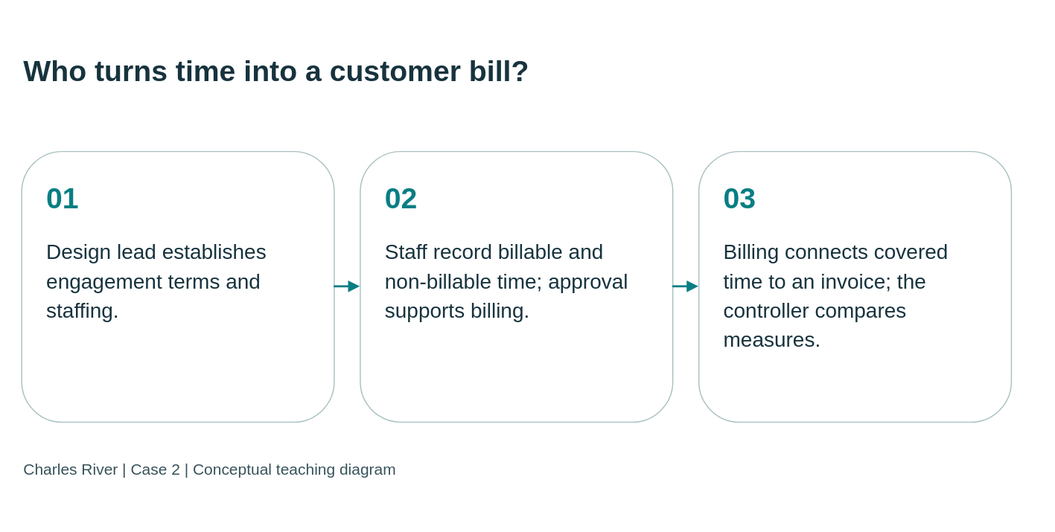
This is static/diagrams/cases/case02-responsibilities.svg from mmcodesso/CharlesRiver_Database, a draw.io export, as it was before one commit. Source tidied: cells renumbered, new cells last; positions are measured from the earlier drawing's top-left corner, leaving out a move shared by most shapes. Its diagram source:
```xml
<mxGraphModel background="#f5f5ee">
  <root>
    <mxCell id="0" />
    <mxCell id="1" parent="0" />
    <mxCell id="2" value="Who turns time into a customer bill?" style="text;html=0;strokeColor=none;fillColor=none;align=left;verticalAlign=middle;whiteSpace=wrap;fontSize=28;fontStyle=1;fontColor=#17333e;fontFamily=Arial;" parent="1" vertex="1">
      <mxGeometry width="950" height="95" as="geometry" />
    </mxCell>
    <mxCell id="3" value="&lt;div style=&quot;font-size:28px;color:#087e83;font-weight:bold;margin-bottom:20px&quot;&gt;01&lt;/div&gt;&lt;div style=&quot;font-size:20px;line-height:1.4&quot;&gt;Design lead establishes engagement terms and staffing.&lt;/div&gt;" style="rounded=1;whiteSpace=wrap;html=1;fillColor=#ffffff;strokeColor=#a8bfc1;fontColor=#17333e;align=left;verticalAlign=top;spacing=24;fontFamily=Arial;fontSize=20;" parent="1" vertex="1">
      <mxGeometry y="125" width="300" height="260" as="geometry" />
    </mxCell>
    <mxCell id="4" value="&lt;div style=&quot;font-size:28px;color:#087e83;font-weight:bold;margin-bottom:20px&quot;&gt;02&lt;/div&gt;&lt;div style=&quot;font-size:20px;line-height:1.4&quot;&gt;Staff record billable and non-billable time; approval supports billing.&lt;/div&gt;" style="rounded=1;whiteSpace=wrap;html=1;fillColor=#ffffff;strokeColor=#a8bfc1;fontColor=#17333e;align=left;verticalAlign=top;spacing=24;fontFamily=Arial;fontSize=20;" parent="1" vertex="1">
      <mxGeometry x="325" y="125" width="300" height="260" as="geometry" />
    </mxCell>
    <mxCell id="5" value="&lt;div style=&quot;font-size:28px;color:#087e83;font-weight:bold;margin-bottom:20px&quot;&gt;03&lt;/div&gt;&lt;div style=&quot;font-size:20px;line-height:1.4&quot;&gt;Billing connects covered time to an invoice; the controller compares measures.&lt;/div&gt;" style="rounded=1;whiteSpace=wrap;html=1;fillColor=#ffffff;strokeColor=#a8bfc1;fontColor=#17333e;align=left;verticalAlign=top;spacing=24;fontFamily=Arial;fontSize=20;" parent="1" vertex="1">
      <mxGeometry x="650" y="125" width="300" height="260" as="geometry" />
    </mxCell>
    <mxCell id="6" style="edgeStyle=orthogonalEdgeStyle;rounded=0;html=1;endArrow=block;endFill=1;strokeColor=#087e83;strokeWidth=2;" parent="1" edge="1" source="3" target="4">
      <mxGeometry relative="1" as="geometry" />
    </mxCell>
    <mxCell id="7" style="edgeStyle=orthogonalEdgeStyle;rounded=0;html=1;endArrow=block;endFill=1;strokeColor=#087e83;strokeWidth=2;" parent="1" edge="1" source="4" target="5">
      <mxGeometry relative="1" as="geometry" />
    </mxCell>
    <mxCell id="8" value="Charles River | Case 2 | Conceptual teaching diagram" style="text;html=0;strokeColor=none;fillColor=none;align=left;fontSize=15;fontColor=#38535b;fontFamily=Arial;" parent="1" vertex="1">
      <mxGeometry y="415" width="950" height="35" as="geometry" />
    </mxCell>
  </root>
</mxGraphModel>
```
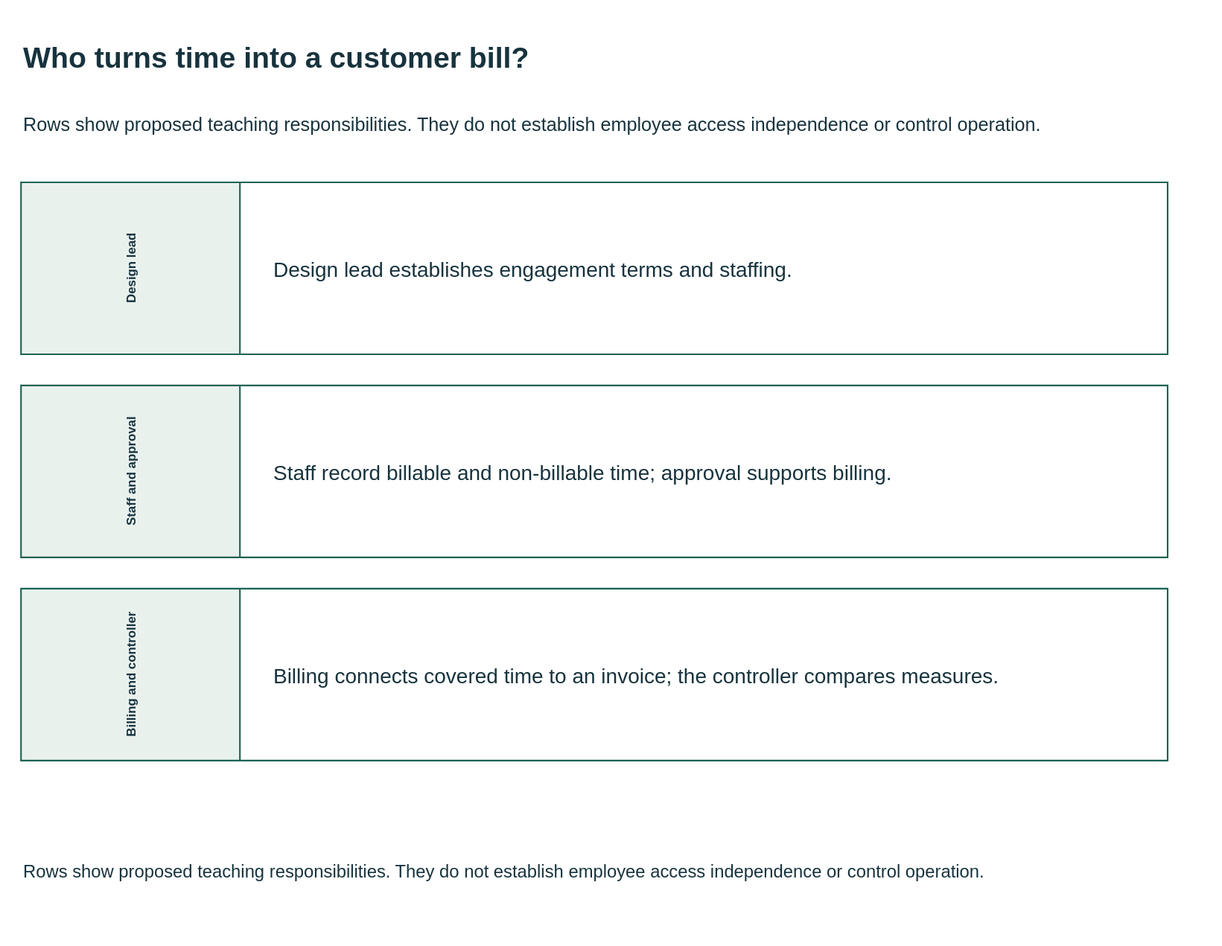
The same diagram one commit later.

The edit, as a diff of the source:
```diff
@@ -1,27 +1,33 @@
-<mxGraphModel background="#f5f5ee">
+<mxGraphModel background="#FFFFFF">
   <root>
     <mxCell id="0" />
     <mxCell id="1" parent="0" />
-    <mxCell id="2" value="Who turns time into a customer bill?" style="text;html=0;strokeColor=none;fillColor=none;align=left;verticalAlign=middle;whiteSpace=wrap;fontSize=28;fontStyle=1;fontColor=#17333e;fontFamily=Arial;" parent="1" vertex="1">
-      <mxGeometry width="950" height="95" as="geometry" />
+    <mxCell id="2" value="Who turns time into a customer bill?" style="html=0;fontFamily=Arial;fontSize=20;fontColor=#17333e;strokeColor=#196252;strokeWidth=1.5;whiteSpace=wrap;text;strokeColor=none;fillColor=none;align=left;verticalAlign=middle;fontSize=28;fontStyle=1;" parent="1" vertex="1">
+      <mxGeometry y="-10" width="1110" height="70" as="geometry" />
     </mxCell>
+    <mxCell id="9" value="Rows show proposed teaching responsibilities. They do not establish employee access independence or control operation." style="html=0;fontFamily=Arial;fontSize=20;fontColor=#17333e;strokeColor=#196252;strokeWidth=1.5;whiteSpace=wrap;text;strokeColor=none;fillColor=none;align=left;verticalAlign=middle;fontSize=18;fontStyle=0;" parent="1" vertex="1">
+      <mxGeometry y="62" width="1110" height="55" as="geometry" />
+    </mxCell>
-    <mxCell id="3" value="&lt;div style=&quot;font-size:28px;color:#087e83;font-weight:bold;margin-bottom:20px&quot;&gt;01&lt;/div&gt;&lt;div style=&quot;font-size:20px;line-height:1.4&quot;&gt;Design lead establishes engagement terms and staffing.&lt;/div&gt;" style="rounded=1;whiteSpace=wrap;html=1;fillColor=#ffffff;strokeColor=#a8bfc1;fontColor=#17333e;align=left;verticalAlign=top;spacing=24;fontFamily=Arial;fontSize=20;" parent="1" vertex="1">
-      <mxGeometry y="125" width="300" height="260" as="geometry" />
+    <mxCell id="3" value="Design lead" style="html=0;fontFamily=Arial;fontSize=20;fontColor=#17333e;strokeColor=#196252;strokeWidth=1.5;whiteSpace=wrap;swimlane;horizontal=0;startSize=210;fillColor=#e9f1ed;swimlaneFillColor=#FFFFFF;" parent="1" vertex="1">
+      <mxGeometry y="145" width="1100" height="165" as="geometry" />
     </mxCell>
+    <mxCell id="10" value="Design lead establishes engagement terms and staffing." style="html=0;fontFamily=Arial;fontSize=20;fontColor=#17333e;strokeColor=#196252;strokeWidth=1.5;whiteSpace=wrap;text;strokeColor=none;fillColor=none;align=left;verticalAlign=middle;fontSize=20;fontStyle=0;" parent="1" vertex="1">
+      <mxGeometry x="240" y="175" width="810" height="105" as="geometry" />
+    </mxCell>
-    <mxCell id="4" value="&lt;div style=&quot;font-size:28px;color:#087e83;font-weight:bold;margin-bottom:20px&quot;&gt;02&lt;/div&gt;&lt;div style=&quot;font-size:20px;line-height:1.4&quot;&gt;Staff record billable and non-billable time; approval supports billing.&lt;/div&gt;" style="rounded=1;whiteSpace=wrap;html=1;fillColor=#ffffff;strokeColor=#a8bfc1;fontColor=#17333e;align=left;verticalAlign=top;spacing=24;fontFamily=Arial;fontSize=20;" parent="1" vertex="1">
-      <mxGeometry x="325" y="125" width="300" height="260" as="geometry" />
+    <mxCell id="4" value="Staff and approval" style="html=0;fontFamily=Arial;fontSize=20;fontColor=#17333e;strokeColor=#196252;strokeWidth=1.5;whiteSpace=wrap;swimlane;horizontal=0;startSize=210;fillColor=#e9f1ed;swimlaneFillColor=#FFFFFF;" parent="1" vertex="1">
+      <mxGeometry y="340" width="1100" height="165" as="geometry" />
     </mxCell>
+    <mxCell id="11" value="Staff record billable and non-billable time; approval supports billing." style="html=0;fontFamily=Arial;fontSize=20;fontColor=#17333e;strokeColor=#196252;strokeWidth=1.5;whiteSpace=wrap;text;strokeColor=none;fillColor=none;align=left;verticalAlign=middle;fontSize=20;fontStyle=0;" parent="1" vertex="1">
+      <mxGeometry x="240" y="370" width="810" height="105" as="geometry" />
+    </mxCell>
-    <mxCell id="5" value="&lt;div style=&quot;font-size:28px;color:#087e83;font-weight:bold;margin-bottom:20px&quot;&gt;03&lt;/div&gt;&lt;div style=&quot;font-size:20px;line-height:1.4&quot;&gt;Billing connects covered time to an invoice; the controller compares measures.&lt;/div&gt;" style="rounded=1;whiteSpace=wrap;html=1;fillColor=#ffffff;strokeColor=#a8bfc1;fontColor=#17333e;align=left;verticalAlign=top;spacing=24;fontFamily=Arial;fontSize=20;" parent="1" vertex="1">
-      <mxGeometry x="650" y="125" width="300" height="260" as="geometry" />
+    <mxCell id="5" value="Billing and controller" style="html=0;fontFamily=Arial;fontSize=20;fontColor=#17333e;strokeColor=#196252;strokeWidth=1.5;whiteSpace=wrap;swimlane;horizontal=0;startSize=210;fillColor=#e9f1ed;swimlaneFillColor=#FFFFFF;" parent="1" vertex="1">
+      <mxGeometry y="535" width="1100" height="165" as="geometry" />
     </mxCell>
-    <mxCell id="6" style="edgeStyle=orthogonalEdgeStyle;rounded=0;html=1;endArrow=block;endFill=1;strokeColor=#087e83;strokeWidth=2;" parent="1" edge="1" source="3" target="4">
-      <mxGeometry relative="1" as="geometry" />
-    </mxCell>
-    <mxCell id="7" style="edgeStyle=orthogonalEdgeStyle;rounded=0;html=1;endArrow=block;endFill=1;strokeColor=#087e83;strokeWidth=2;" parent="1" edge="1" source="4" target="5">
-      <mxGeometry relative="1" as="geometry" />
-    </mxCell>
+    <mxCell id="12" value="Billing connects covered time to an invoice; the controller compares measures." style="html=0;fontFamily=Arial;fontSize=20;fontColor=#17333e;strokeColor=#196252;strokeWidth=1.5;whiteSpace=wrap;text;strokeColor=none;fillColor=none;align=left;verticalAlign=middle;fontSize=20;fontStyle=0;" parent="1" vertex="1">
+      <mxGeometry x="240" y="565" width="810" height="105" as="geometry" />
+    </mxCell>
-    <mxCell id="8" value="Charles River | Case 2 | Conceptual teaching diagram" style="text;html=0;strokeColor=none;fillColor=none;align=left;fontSize=15;fontColor=#38535b;fontFamily=Arial;" parent="1" vertex="1">
-      <mxGeometry y="415" width="950" height="35" as="geometry" />
+    <mxCell id="8" value="Rows show proposed teaching responsibilities. They do not establish employee access independence or control operation." style="html=0;fontFamily=Arial;fontSize=20;fontColor=#17333e;strokeColor=#196252;strokeWidth=1.5;whiteSpace=wrap;text;strokeColor=none;fillColor=none;align=left;verticalAlign=middle;fontSize=17;fontStyle=0;" parent="1" vertex="1">
+      <mxGeometry y="777" width="1110" height="60" as="geometry" />
     </mxCell>
   </root>
 </mxGraphModel>
```
